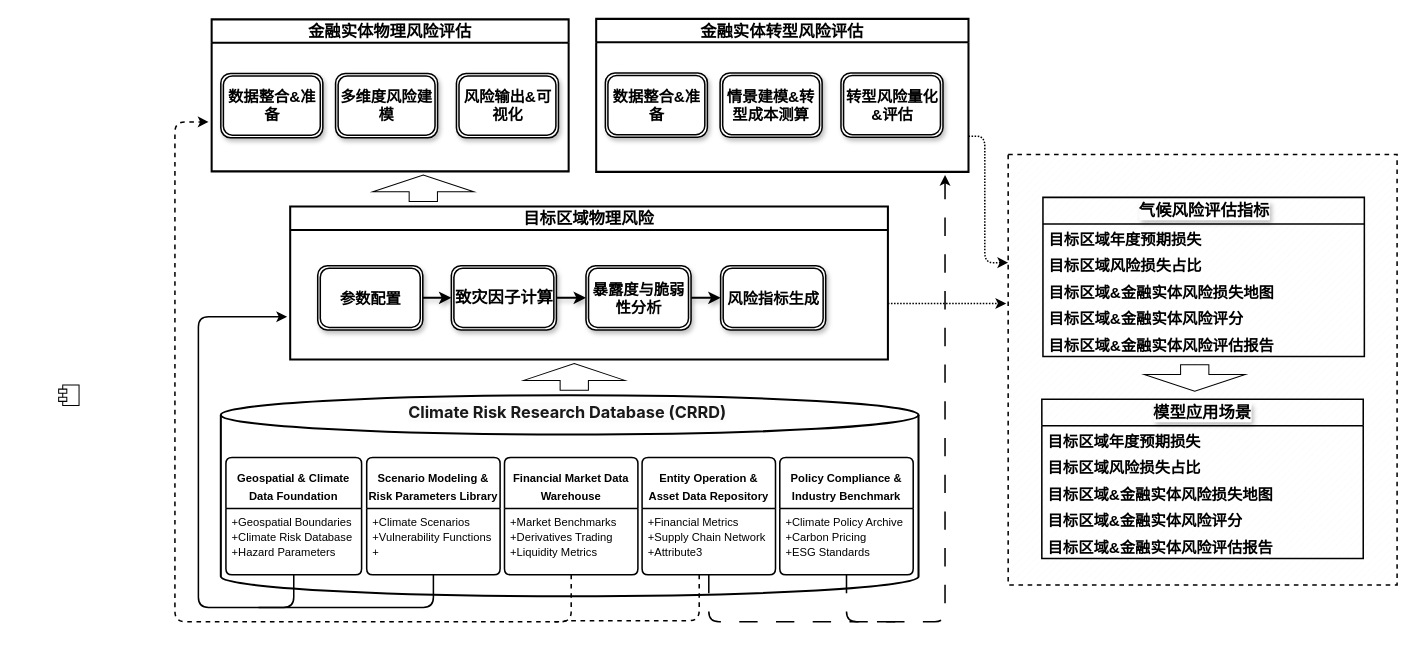
This is youjivest.drawio from RenboLee/drow.io, a draw.io file, before an edit. Source tidied: cells renumbered, new cells numbered last; positions are measured from the earlier drawing's top-left corner, leaving out a move shared by most shapes. Both pictures are drawn from the tidied source at 102%, with x=0, y=0 at pixel (58, 18).
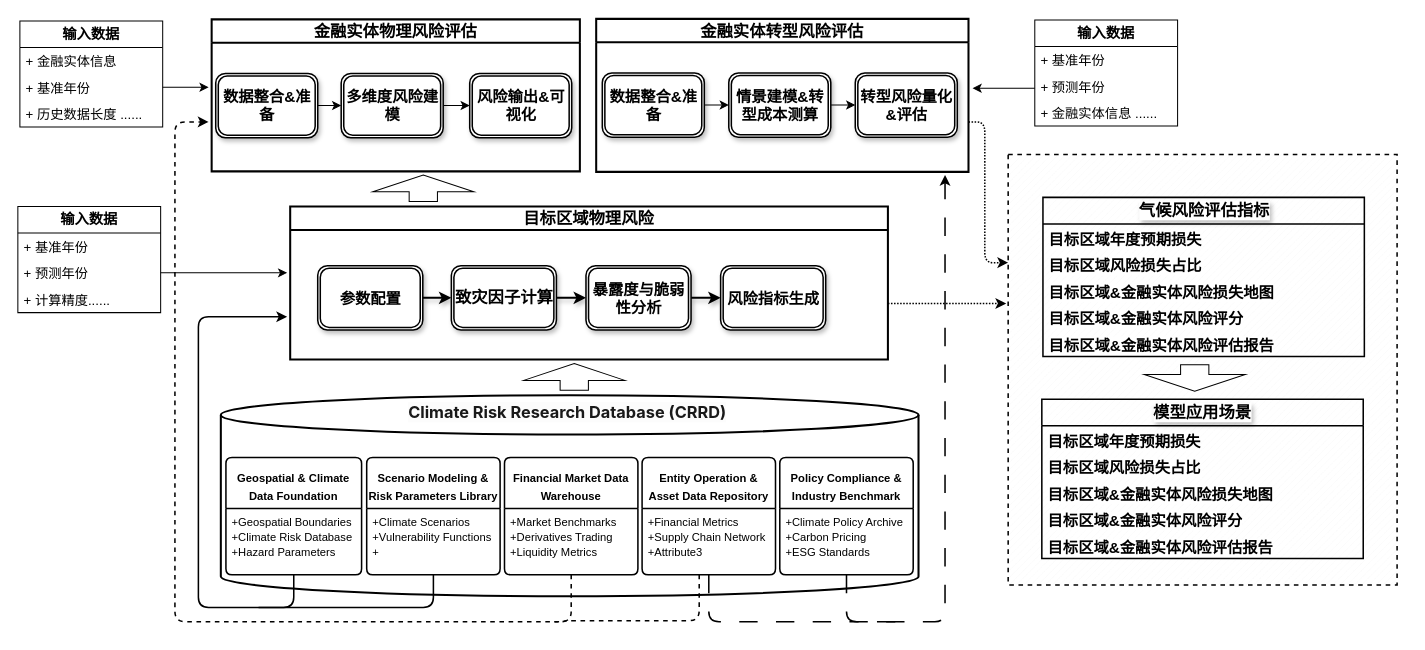
After the change.

The change refers to these unchanged cells:
```xml
<mxCell id="35" value="&lt;font style=&quot;font-size: 16px;&quot;&gt;金融实体转型风险评估&lt;/font&gt;" style="swimlane;whiteSpace=wrap;html=1;align=center;verticalAlign=middle;fontFamily=Helvetica;fontSize=12;strokeWidth=2;fillStyle=solid;labelBackgroundColor=none;" parent="1" vertex="1">
  <mxGeometry x="527" width="365" height="150" as="geometry" />
</mxCell>
<mxCell id="41" style="verticalLabelPosition=bottom;verticalAlign=top;html=1;shape=mxgraph.basic.patternFillRect;fillStyle=diag;step=5;fillStrokeWidth=0.2;fillStrokeColor=#dddddd;strokeColor=default;align=center;fontFamily=Helvetica;fontSize=12;fontColor=default;labelBackgroundColor=default;fillColor=default;dashed=1;strokeWidth=1.5;" parent="40" vertex="1">
  <mxGeometry x="9.9" y="-11" width="381.3" height="422" as="geometry" />
</mxCell>
```

What changed in the source:
```diff
@@
     <mxCell id="30" value="&lt;font style=&quot;font-size: 16px;&quot;&gt;金融实体物理风险评估&lt;/font&gt;" style="swimlane;whiteSpace=wrap;html=1;align=center;verticalAlign=middle;fontFamily=Helvetica;fontSize=12;strokeWidth=2;fillStyle=solid;labelBackgroundColor=none;" parent="1" vertex="1">
-      <mxGeometry x="150" y="0.5" width="350" height="149" as="geometry" />
+      <mxGeometry x="150" y="0.5" width="361" height="149" as="geometry" />
     </mxCell>
+    <mxCell id="56" style="edgeStyle=orthogonalEdgeStyle;shape=connector;curved=0;rounded=1;jettySize=auto;html=1;strokeColor=default;align=center;verticalAlign=middle;fontFamily=Helvetica;fontSize=12;fontColor=default;labelBackgroundColor=default;endArrow=classic;" parent="30" edge="1" source="31" target="32">
+      <mxGeometry relative="1" as="geometry" />
+    </mxCell>
     <mxCell id="31" value="&lt;b style=&quot;font-size: 15px;&quot;&gt;数据整合&amp;amp;准备&lt;/b&gt;" style="shape=ext;double=1;rounded=1;whiteSpace=wrap;html=1;align=center;verticalAlign=middle;fontFamily=Helvetica;fontSize=12;shadow=1;strokeWidth=1.5;" parent="30" vertex="1">
-      <mxGeometry x="9" y="53" width="100" height="63" as="geometry" />
+      <mxGeometry x="4" y="53" width="100" height="63" as="geometry" />
     </mxCell>
+    <mxCell id="57" style="edgeStyle=orthogonalEdgeStyle;shape=connector;curved=0;rounded=1;jettySize=auto;html=1;strokeColor=default;align=center;verticalAlign=middle;fontFamily=Helvetica;fontSize=12;fontColor=default;labelBackgroundColor=default;endArrow=classic;" parent="30" edge="1" source="32" target="33">
+      <mxGeometry relative="1" as="geometry" />
+    </mxCell>
     <mxCell id="32" value="&lt;span style=&quot;font-size: 15px;&quot;&gt;&lt;b&gt;多维度风险建模&lt;/b&gt;&lt;/span&gt;" style="shape=ext;double=1;rounded=1;whiteSpace=wrap;html=1;align=center;verticalAlign=middle;fontFamily=Helvetica;fontSize=12;shadow=1;strokeWidth=1.5;" parent="30" vertex="1">
-      <mxGeometry x="121.5" y="53" width="100" height="63" as="geometry" />
+      <mxGeometry x="127" y="53" width="100" height="63" as="geometry" />
     </mxCell>
     <mxCell id="33" value="&lt;span style=&quot;font-size: 15px;&quot;&gt;&lt;b&gt;风险输出&amp;amp;可视化&lt;/b&gt;&lt;/span&gt;" style="shape=ext;double=1;rounded=1;whiteSpace=wrap;html=1;align=center;verticalAlign=middle;fontFamily=Helvetica;fontSize=12;shadow=1;strokeWidth=1.5;" parent="30" vertex="1">
-      <mxGeometry x="240" y="53" width="100" height="63" as="geometry" />
+      <mxGeometry x="253" y="53" width="100" height="63" as="geometry" />
     </mxCell>
     <mxCell id="34" style="edgeStyle=orthogonalEdgeStyle;shape=connector;curved=0;rounded=1;jettySize=auto;html=1;strokeColor=default;align=center;verticalAlign=middle;fontFamily=Helvetica;fontSize=12;fontColor=default;labelBackgroundColor=default;endArrow=classic;dashed=1;dashPattern=1 1;strokeWidth=1.5;" parent="1" edge="1" source="35" target="41">
       <mxGeometry relative="1" as="geometry">
         <Array as="points">
-          <mxPoint x="908" y="115" />
+          <mxPoint x="908" y="101" />
           <mxPoint x="908" y="239" />
         </Array>
       </mxGeometry>
     </mxCell>
@@
+    <mxCell id="58" style="edgeStyle=orthogonalEdgeStyle;shape=connector;curved=0;rounded=1;jettySize=auto;html=1;strokeColor=default;align=center;verticalAlign=middle;fontFamily=Helvetica;fontSize=12;fontColor=default;labelBackgroundColor=default;endArrow=classic;" parent="35" edge="1" source="36" target="37">
+      <mxGeometry relative="1" as="geometry" />
+    </mxCell>
     <mxCell id="36" value="&lt;span style=&quot;font-size: 15px;&quot;&gt;&lt;b&gt;数据整合&amp;amp;准备&lt;/b&gt;&lt;/span&gt;" style="shape=ext;double=1;rounded=1;whiteSpace=wrap;html=1;align=center;verticalAlign=middle;fontFamily=Helvetica;fontSize=12;shadow=1;strokeWidth=1.5;" parent="35" vertex="1">
-      <mxGeometry x="9" y="53" width="100" height="63" as="geometry" />
+      <mxGeometry x="6" y="53" width="100" height="63" as="geometry" />
     </mxCell>
+    <mxCell id="59" style="edgeStyle=orthogonalEdgeStyle;shape=connector;curved=0;rounded=1;jettySize=auto;html=1;strokeColor=default;align=center;verticalAlign=middle;fontFamily=Helvetica;fontSize=12;fontColor=default;labelBackgroundColor=default;endArrow=classic;" parent="35" edge="1" source="37" target="38">
+      <mxGeometry relative="1" as="geometry" />
+    </mxCell>
     <mxCell id="37" value="&lt;span style=&quot;font-size: 15px;&quot;&gt;&lt;b&gt;情景建模&amp;amp;转型成本测算&lt;/b&gt;&lt;/span&gt;" style="shape=ext;double=1;rounded=1;whiteSpace=wrap;html=1;align=center;verticalAlign=middle;fontFamily=Helvetica;fontSize=12;shadow=1;strokeWidth=1.5;" parent="35" vertex="1">
-      <mxGeometry x="121.5" y="53" width="100" height="63" as="geometry" />
+      <mxGeometry x="130" y="53" width="100" height="63" as="geometry" />
     </mxCell>
     <mxCell id="38" value="&lt;span style=&quot;font-size: 15px;&quot;&gt;&lt;b&gt;转型风险量化&amp;amp;评估&lt;/b&gt;&lt;/span&gt;" style="shape=ext;double=1;rounded=1;whiteSpace=wrap;html=1;align=center;verticalAlign=middle;fontFamily=Helvetica;fontSize=12;shadow=1;strokeWidth=1.5;" parent="35" vertex="1">
-      <mxGeometry x="240" y="53" width="100" height="63" as="geometry" />
+      <mxGeometry x="254" y="53" width="100" height="63" as="geometry" />
     </mxCell>
@@
-    <mxCell id="55" style="shape=component;jettyWidth=8;jettyHeight=4;align=center;verticalAlign=middle;fontFamily=Helvetica;fontSize=12;labelBackgroundColor=none;" parent="1" vertex="1">
-      <mxGeometry y="359" width="20" height="20" as="geometry" />
-    </mxCell>
+    <mxCell id="60" value="&lt;font style=&quot;font-size: 14px;&quot;&gt;&lt;b&gt;输入数据&lt;/b&gt;&lt;/font&gt;" style="swimlane;fontStyle=0;horizontal=1;startSize=26;fillColor=none;whiteSpace=wrap;html=1;strokeColor=default;align=center;verticalAlign=middle;fontFamily=Helvetica;fontSize=12;fontColor=default;labelBackgroundColor=default;" parent="1" vertex="1">
+      <mxGeometry x="-40" y="184" width="140" height="104" as="geometry" />
+    </mxCell>
+    <mxCell id="61" value="+ 基准年份" style="text;strokeColor=none;fillColor=none;align=left;verticalAlign=top;spacingLeft=4;spacingRight=4;overflow=hidden;whiteSpace=wrap;html=1;fontFamily=Helvetica;fontSize=13;fontColor=default;labelBackgroundColor=default;" parent="60" vertex="1">
+      <mxGeometry y="26" width="140" height="26" as="geometry" />
+    </mxCell>
+    <mxCell id="62" value="+ 预测年份" style="text;strokeColor=none;fillColor=none;align=left;verticalAlign=top;spacingLeft=4;spacingRight=4;overflow=hidden;points=[[0,0.5],[1,0.5]];portConstraint=eastwest;whiteSpace=wrap;html=1;fontFamily=Helvetica;fontSize=13;fontColor=default;labelBackgroundColor=default;" parent="60" vertex="1">
+      <mxGeometry y="52" width="140" height="26" as="geometry" />
+    </mxCell>
+    <mxCell id="63" value="+ 计算精度......" style="text;strokeColor=none;fillColor=none;align=left;verticalAlign=top;spacingLeft=4;spacingRight=4;overflow=hidden;whiteSpace=wrap;html=1;fontFamily=Helvetica;fontSize=13;fontColor=default;labelBackgroundColor=default;" parent="60" vertex="1">
+      <mxGeometry y="78" width="140" height="26" as="geometry" />
+    </mxCell>
+    <mxCell id="64" style="edgeStyle=orthogonalEdgeStyle;shape=connector;curved=0;rounded=1;jettySize=auto;html=1;strokeColor=default;align=center;verticalAlign=middle;fontFamily=Helvetica;fontSize=12;fontColor=default;labelBackgroundColor=default;endArrow=classic;" parent="1" edge="1" source="62">
+      <mxGeometry relative="1" as="geometry">
+        <mxPoint x="224" y="249" as="targetPoint" />
+      </mxGeometry>
+    </mxCell>
+    <mxCell id="65" value="&lt;font style=&quot;font-size: 14px;&quot;&gt;&lt;b&gt;输入数据&lt;/b&gt;&lt;/font&gt;" style="swimlane;fontStyle=0;horizontal=1;startSize=26;fillColor=none;whiteSpace=wrap;html=1;strokeColor=default;align=center;verticalAlign=middle;fontFamily=Helvetica;fontSize=12;fontColor=default;labelBackgroundColor=default;" parent="1" vertex="1">
+      <mxGeometry x="-38" y="2" width="140" height="104" as="geometry" />
+    </mxCell>
+    <mxCell id="66" value="+ 金融实体信息" style="text;strokeColor=none;fillColor=none;align=left;verticalAlign=top;spacingLeft=4;spacingRight=4;overflow=hidden;whiteSpace=wrap;html=1;fontFamily=Helvetica;fontSize=13;fontColor=default;labelBackgroundColor=default;" parent="65" vertex="1">
+      <mxGeometry y="26" width="140" height="26" as="geometry" />
+    </mxCell>
+    <mxCell id="67" value="+ 基准年份" style="text;strokeColor=none;fillColor=none;align=left;verticalAlign=top;spacingLeft=4;spacingRight=4;overflow=hidden;points=[[0,0.5],[1,0.5]];portConstraint=eastwest;whiteSpace=wrap;html=1;fontFamily=Helvetica;fontSize=13;fontColor=default;labelBackgroundColor=default;" parent="65" vertex="1">
+      <mxGeometry y="52" width="140" height="26" as="geometry" />
+    </mxCell>
+    <mxCell id="68" value="+ 历史数据长度 ......" style="text;strokeColor=none;fillColor=none;align=left;verticalAlign=top;spacingLeft=4;spacingRight=4;overflow=hidden;whiteSpace=wrap;html=1;fontFamily=Helvetica;fontSize=13;fontColor=default;labelBackgroundColor=default;" parent="65" vertex="1">
+      <mxGeometry y="78" width="140" height="26" as="geometry" />
+    </mxCell>
+    <mxCell id="69" style="edgeStyle=orthogonalEdgeStyle;shape=connector;curved=0;rounded=1;jettySize=auto;html=1;strokeColor=default;align=center;verticalAlign=middle;fontFamily=Helvetica;fontSize=12;fontColor=default;labelBackgroundColor=default;endArrow=classic;" parent="1" edge="1" source="67">
+      <mxGeometry relative="1" as="geometry">
+        <mxPoint x="147" y="67" as="targetPoint" />
+      </mxGeometry>
+    </mxCell>
+    <mxCell id="70" value="&lt;font style=&quot;font-size: 14px;&quot;&gt;&lt;b&gt;输入数据&lt;/b&gt;&lt;/font&gt;" style="swimlane;fontStyle=0;horizontal=1;startSize=26;fillColor=none;whiteSpace=wrap;html=1;strokeColor=default;align=center;verticalAlign=middle;fontFamily=Helvetica;fontSize=12;fontColor=default;labelBackgroundColor=default;" parent="1" vertex="1">
+      <mxGeometry x="957" y="1" width="140" height="104" as="geometry" />
+    </mxCell>
+    <mxCell id="71" value="+ 基准年份" style="text;strokeColor=none;fillColor=none;align=left;verticalAlign=top;spacingLeft=4;spacingRight=4;overflow=hidden;whiteSpace=wrap;html=1;fontFamily=Helvetica;fontSize=13;fontColor=default;labelBackgroundColor=default;" parent="70" vertex="1">
+      <mxGeometry y="26" width="140" height="26" as="geometry" />
+    </mxCell>
+    <mxCell id="72" value="+ 预测年份" style="text;strokeColor=none;fillColor=none;align=left;verticalAlign=top;spacingLeft=4;spacingRight=4;overflow=hidden;whiteSpace=wrap;html=1;fontFamily=Helvetica;fontSize=13;fontColor=default;labelBackgroundColor=default;" parent="70" vertex="1">
+      <mxGeometry y="52" width="140" height="26" as="geometry" />
+    </mxCell>
+    <mxCell id="73" value="+ 金融实体信息 ......" style="text;strokeColor=none;fillColor=none;align=left;verticalAlign=top;spacingLeft=4;spacingRight=4;overflow=hidden;whiteSpace=wrap;html=1;fontFamily=Helvetica;fontSize=13;fontColor=default;labelBackgroundColor=default;" parent="70" vertex="1">
+      <mxGeometry y="78" width="140" height="26" as="geometry" />
+    </mxCell>
+    <mxCell id="74" style="edgeStyle=orthogonalEdgeStyle;shape=connector;curved=0;rounded=1;orthogonalLoop=1;jettySize=auto;html=1;strokeColor=default;align=center;verticalAlign=middle;fontFamily=Helvetica;fontSize=12;fontColor=default;labelBackgroundColor=default;endArrow=classic;" parent="1" edge="1">
+      <mxGeometry relative="1" as="geometry">
+        <mxPoint x="957" y="68" as="sourcePoint" />
+        <mxPoint x="896" y="68" as="targetPoint" />
+      </mxGeometry>
+    </mxCell>
```
